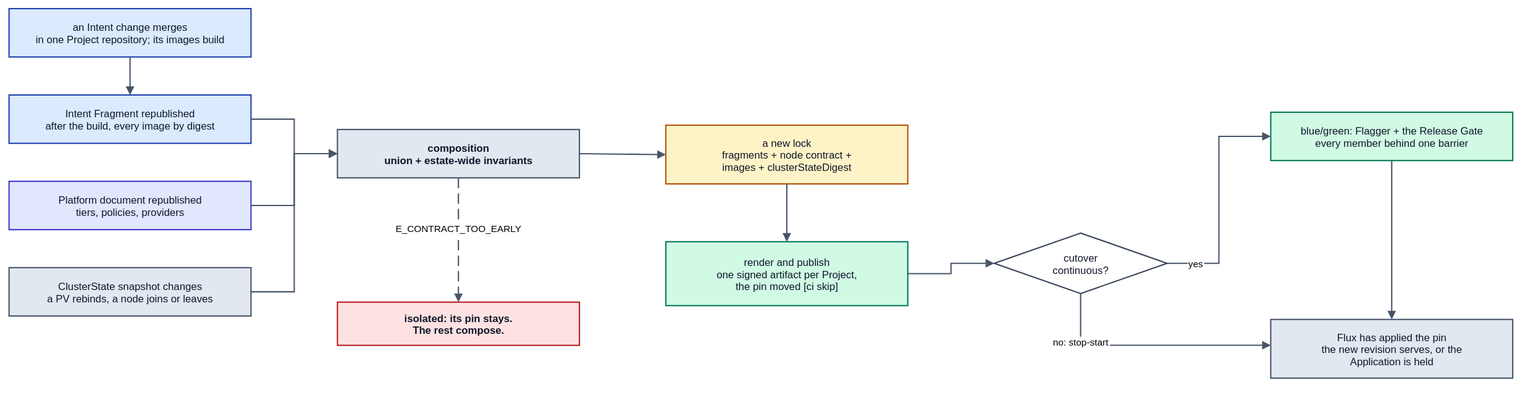
Earlier version of the draw.io export spec/v1/diagrams/50-change-end-to-end.drawio.svg (JorisJonkers-dev/deploy-kit). Source tidied: cells renumbered, new cells last; positions are measured from the earlier drawing's top-left corner, leaving out a move shared by most shapes.
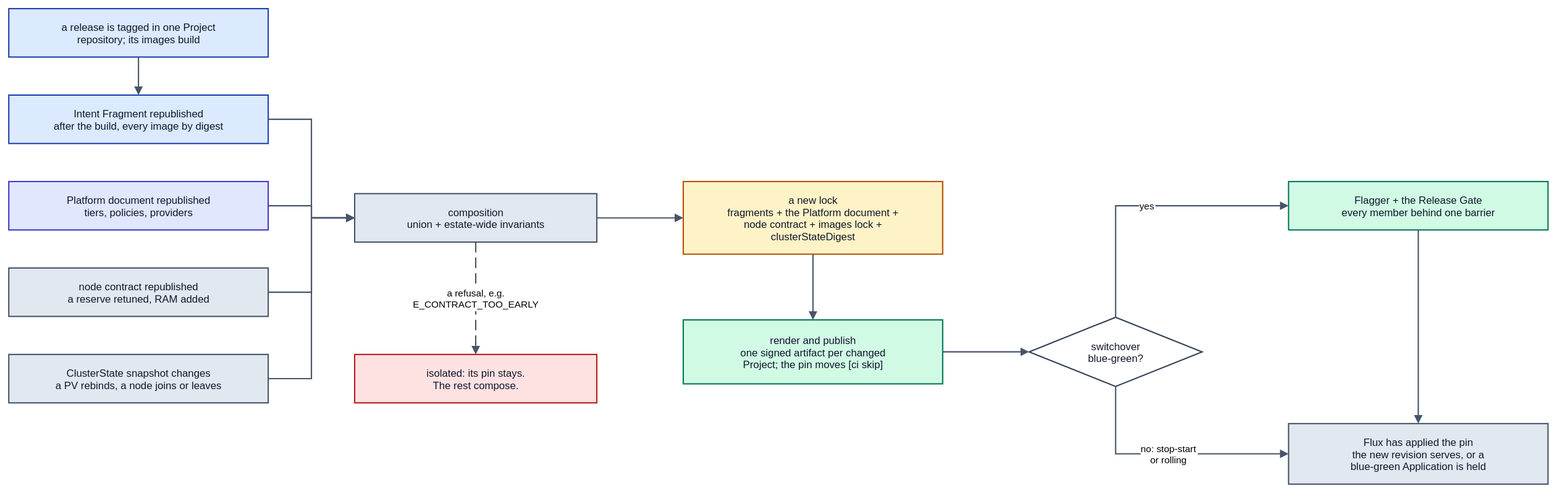
After the change.

Commit message:
docs(spec): redraw the lifecycle diagrams: the barrier then a staggered promotion, and a release tag as the trigger

What changed in the source:
```diff
@@ -2,95 +2,77 @@
   <root>
     <mxCell id="0" />
     <mxCell id="1" parent="0" />
-    <mxCell id="2" value="an Intent change merges&#10;in one Project repository; its images build" style="rounded=0;whiteSpace=nowrap;html=0;align=center;verticalAlign=middle;fillColor=#dbeafe;strokeColor=#1e40af;strokeWidth=1.5;fontFamily=Helvetica;fontSize=12;fontColor=#0f172a;" parent="1" vertex="1">
-      <mxGeometry width="280" height="56" as="geometry" />
+    <mxCell id="2" value="a release is tagged in one Project&#10;repository; its images build" style="rounded=0;whiteSpace=nowrap;html=0;align=center;verticalAlign=middle;fillColor=#dbeafe;strokeColor=#1e40af;strokeWidth=1.5;fontFamily=Helvetica;fontSize=12;fontColor=#0f172a;" parent="1" vertex="1">
+      <mxGeometry width="300" height="56" as="geometry" />
     </mxCell>
     <mxCell id="3" value="Intent Fragment republished&#10;after the build, every image by digest" style="rounded=0;whiteSpace=nowrap;html=0;align=center;verticalAlign=middle;fillColor=#dbeafe;strokeColor=#1e40af;strokeWidth=1.5;fontFamily=Helvetica;fontSize=12;fontColor=#0f172a;" parent="1" vertex="1">
-      <mxGeometry y="100" width="280" height="56" as="geometry" />
+      <mxGeometry y="100" width="300" height="56" as="geometry" />
     </mxCell>
     <mxCell id="4" value="Platform document republished&#10;tiers, policies, providers" style="rounded=0;whiteSpace=nowrap;html=0;align=center;verticalAlign=middle;fillColor=#e0e7ff;strokeColor=#4338ca;strokeWidth=1.5;fontFamily=Helvetica;fontSize=12;fontColor=#0f172a;" parent="1" vertex="1">
-      <mxGeometry y="200" width="280" height="56" as="geometry" />
+      <mxGeometry y="200" width="300" height="56" as="geometry" />
     </mxCell>
-    <mxCell id="5" value="ClusterState snapshot changes&#10;a PV rebinds, a node joins or leaves" style="rounded=0;whiteSpace=nowrap;html=0;align=center;verticalAlign=middle;fillColor=#e2e8f0;strokeColor=#475569;strokeWidth=1.5;fontFamily=Helvetica;fontSize=12;fontColor=#0f172a;" parent="1" vertex="1">
-      <mxGeometry y="300" width="280" height="56" as="geometry" />
+    <mxCell id="5" value="node contract republished&#10;a reserve retuned, RAM added" style="rounded=0;whiteSpace=nowrap;html=0;align=center;verticalAlign=middle;fillColor=#e2e8f0;strokeColor=#475569;strokeWidth=1.5;fontFamily=Helvetica;fontSize=12;fontColor=#0f172a;" parent="1" vertex="1">
+      <mxGeometry y="300" width="300" height="56" as="geometry" />
     </mxCell>
-    <mxCell id="6" value="composition&#10;union + estate-wide invariants" style="rounded=0;whiteSpace=nowrap;html=0;align=center;verticalAlign=middle;fillColor=#e2e8f0;strokeColor=#475569;strokeWidth=1.5;fontFamily=Helvetica;fontSize=12;fontColor=#0f172a;fontStyle=1;" parent="1" vertex="1">
-      <mxGeometry x="380" y="140" width="280" height="56" as="geometry" />
+    <mxCell id="6" value="ClusterState snapshot changes&#10;a PV rebinds, a node joins or leaves" style="rounded=0;whiteSpace=nowrap;html=0;align=center;verticalAlign=middle;fillColor=#e2e8f0;strokeColor=#475569;strokeWidth=1.5;fontFamily=Helvetica;fontSize=12;fontColor=#0f172a;" parent="1" vertex="1">
+      <mxGeometry y="400" width="300" height="56" as="geometry" />
     </mxCell>
+    <mxCell id="24" value="composition&#10;union + estate-wide invariants" style="rounded=0;whiteSpace=nowrap;html=0;align=center;verticalAlign=middle;fillColor=#e2e8f0;strokeColor=#475569;strokeWidth=1.5;fontFamily=Helvetica;fontSize=12;fontColor=#0f172a;" parent="1" vertex="1">
+      <mxGeometry x="400" y="214" width="280" height="56" as="geometry" />
+    </mxCell>
-    <mxCell id="7" value="isolated: its pin stays.&#10;The rest compose." style="rounded=0;whiteSpace=nowrap;html=0;align=center;verticalAlign=middle;fillColor=#fee2e2;strokeColor=#b91c1c;strokeWidth=1.5;fontFamily=Helvetica;fontSize=12;fontColor=#0f172a;fontStyle=1;" parent="1" vertex="1">
-      <mxGeometry x="380" y="340" width="280" height="50" as="geometry" />
+    <mxCell id="7" value="isolated: its pin stays.&#10;The rest compose." style="rounded=0;whiteSpace=nowrap;html=0;align=center;verticalAlign=middle;fillColor=#fee2e2;strokeColor=#b91c1c;strokeWidth=1.5;fontFamily=Helvetica;fontSize=12;fontColor=#0f172a;" parent="1" vertex="1">
+      <mxGeometry x="400" y="400" width="280" height="56" as="geometry" />
     </mxCell>
-    <mxCell id="8" value="a new lock&#10;fragments + node contract +&#10;images + clusterStateDigest" style="rounded=0;whiteSpace=nowrap;html=0;align=center;verticalAlign=middle;fillColor=#fef3c7;strokeColor=#b45309;strokeWidth=1.5;fontFamily=Helvetica;fontSize=12;fontColor=#0f172a;" parent="1" vertex="1">
-      <mxGeometry x="760" y="135" width="280" height="68" as="geometry" />
-    </mxCell>
-    <mxCell id="9" value="render and publish&#10;one signed artifact per Project,&#10;the pin moved [ci skip]" style="rounded=0;whiteSpace=nowrap;html=0;align=center;verticalAlign=middle;fillColor=#d1fae5;strokeColor=#047857;strokeWidth=1.5;fontFamily=Helvetica;fontSize=12;fontColor=#0f172a;" parent="1" vertex="1">
-      <mxGeometry x="760" y="270" width="280" height="74" as="geometry" />
-    </mxCell>
-    <mxCell id="10" value="cutover&#10;continuous?" style="rhombus;rounded=0;whiteSpace=nowrap;html=0;align=center;verticalAlign=middle;fillColor=#ffffff;strokeColor=#334155;strokeWidth=1.5;fontFamily=Helvetica;fontSize=12;fontColor=#0f172a;" parent="1" vertex="1">
-      <mxGeometry x="1140" y="260" width="200" height="70" as="geometry" />
-    </mxCell>
-    <mxCell id="11" value="blue/green: Flagger + the Release Gate&#10;every member behind one barrier" style="rounded=0;whiteSpace=nowrap;html=0;align=center;verticalAlign=middle;fillColor=#d1fae5;strokeColor=#047857;strokeWidth=1.5;fontFamily=Helvetica;fontSize=12;fontColor=#0f172a;" parent="1" vertex="1">
-      <mxGeometry x="1460" y="120" width="280" height="56" as="geometry" />
-    </mxCell>
-    <mxCell id="12" value="Flux has applied the pin&#10;the new revision serves, or the&#10;Application is held" style="rounded=0;whiteSpace=nowrap;html=0;align=center;verticalAlign=middle;fillColor=#e2e8f0;strokeColor=#475569;strokeWidth=1.5;fontFamily=Helvetica;fontSize=12;fontColor=#0f172a;" parent="1" vertex="1">
-      <mxGeometry x="1460" y="360" width="280" height="68" as="geometry" />
-    </mxCell>
+    <mxCell id="25" value="a new lock&#10;fragments + the Platform document +&#10;node contract + images lock +&#10;clusterStateDigest" style="rounded=0;whiteSpace=nowrap;html=0;align=center;verticalAlign=middle;fillColor=#fef3c7;strokeColor=#b45309;strokeWidth=1.5;fontFamily=Helvetica;fontSize=12;fontColor=#0f172a;" parent="1" vertex="1">
+      <mxGeometry x="780" y="200" width="300" height="84" as="geometry" />
+    </mxCell>
+    <mxCell id="26" value="render and publish&#10;one signed artifact per changed&#10;Project; the pin moves [ci skip]" style="rounded=0;whiteSpace=nowrap;html=0;align=center;verticalAlign=middle;fillColor=#d1fae5;strokeColor=#047857;strokeWidth=1.5;fontFamily=Helvetica;fontSize=12;fontColor=#0f172a;" parent="1" vertex="1">
+      <mxGeometry x="780" y="360" width="300" height="74" as="geometry" />
+    </mxCell>
+    <mxCell id="27" value="switchover&#10;blue-green?" style="rhombus;rounded=0;whiteSpace=nowrap;html=0;align=center;verticalAlign=middle;fillColor=#ffffff;strokeColor=#334155;strokeWidth=1.5;fontFamily=Helvetica;fontSize=12;fontColor=#0f172a;" parent="1" vertex="1">
+      <mxGeometry x="1180" y="357" width="200" height="80" as="geometry" />
+    </mxCell>
+    <mxCell id="28" value="Flagger + the Release Gate&#10;every member behind one barrier" style="rounded=0;whiteSpace=nowrap;html=0;align=center;verticalAlign=middle;fillColor=#d1fae5;strokeColor=#047857;strokeWidth=1.5;fontFamily=Helvetica;fontSize=12;fontColor=#0f172a;" parent="1" vertex="1">
+      <mxGeometry x="1480" y="200" width="300" height="56" as="geometry" />
+    </mxCell>
+    <mxCell id="29" value="Flux has applied the pin&#10;the new revision serves, or a&#10;blue-green Application is held" style="rounded=0;whiteSpace=nowrap;html=0;align=center;verticalAlign=middle;fillColor=#e2e8f0;strokeColor=#475569;strokeWidth=1.5;fontFamily=Helvetica;fontSize=12;fontColor=#0f172a;" parent="1" vertex="1">
+      <mxGeometry x="1480" y="480" width="300" height="70" as="geometry" />
+    </mxCell>
+    <mxCell id="30" style="edgeStyle=orthogonalEdgeStyle;rounded=0;html=0;jettySize=auto;jumpStyle=arc;jumpSize=8;endArrow=block;endFill=1;strokeColor=#475569;strokeWidth=1.5;fontSize=11;fontFamily=Helvetica;labelBackgroundColor=#ffffff;exitX=0.5;exitY=1;exitDx=0;exitDy=0;entryX=0.5;entryY=0;entryDx=0;entryDy=0;" parent="1" edge="1" source="2" target="3">
+      <mxGeometry relative="1" as="geometry" />
+    </mxCell>
+    <mxCell id="31" style="edgeStyle=orthogonalEdgeStyle;rounded=0;html=0;jettySize=auto;jumpStyle=arc;jumpSize=8;endArrow=block;endFill=1;strokeColor=#475569;strokeWidth=1.5;fontSize=11;fontFamily=Helvetica;labelBackgroundColor=#ffffff;exitX=1;exitY=0.5;exitDx=0;exitDy=0;entryX=0;entryY=0.5;entryDx=0;entryDy=0;" parent="1" edge="1" source="3" target="24">
+      <mxGeometry relative="1" as="geometry" />
+    </mxCell>
+    <mxCell id="32" style="edgeStyle=orthogonalEdgeStyle;rounded=0;html=0;jettySize=auto;jumpStyle=arc;jumpSize=8;endArrow=block;endFill=1;strokeColor=#475569;strokeWidth=1.5;fontSize=11;fontFamily=Helvetica;labelBackgroundColor=#ffffff;exitX=1;exitY=0.5;exitDx=0;exitDy=0;entryX=0;entryY=0.5;entryDx=0;entryDy=0;" parent="1" edge="1" source="4" target="24">
+      <mxGeometry relative="1" as="geometry" />
+    </mxCell>
+    <mxCell id="33" style="edgeStyle=orthogonalEdgeStyle;rounded=0;html=0;jettySize=auto;jumpStyle=arc;jumpSize=8;endArrow=block;endFill=1;strokeColor=#475569;strokeWidth=1.5;fontSize=11;fontFamily=Helvetica;labelBackgroundColor=#ffffff;exitX=1;exitY=0.5;exitDx=0;exitDy=0;entryX=0;entryY=0.5;entryDx=0;entryDy=0;" parent="1" edge="1" source="5" target="24">
+      <mxGeometry relative="1" as="geometry" />
+    </mxCell>
+    <mxCell id="34" style="edgeStyle=orthogonalEdgeStyle;rounded=0;html=0;jettySize=auto;jumpStyle=arc;jumpSize=8;endArrow=block;endFill=1;strokeColor=#475569;strokeWidth=1.5;fontSize=11;fontFamily=Helvetica;labelBackgroundColor=#ffffff;exitX=1;exitY=0.5;exitDx=0;exitDy=0;entryX=0;entryY=0.5;entryDx=0;entryDy=0;" parent="1" edge="1" source="6" target="24">
+      <mxGeometry relative="1" as="geometry" />
+    </mxCell>
+    <mxCell id="35" style="edgeStyle=orthogonalEdgeStyle;rounded=0;html=0;jettySize=auto;jumpStyle=arc;jumpSize=8;endArrow=block;endFill=1;strokeColor=#475569;strokeWidth=1.5;fontSize=11;fontFamily=Helvetica;labelBackgroundColor=#ffffff;exitX=1;exitY=0.5;exitDx=0;exitDy=0;entryX=0;entryY=0.5;entryDx=0;entryDy=0;" parent="1" edge="1" source="24" target="25">
+      <mxGeometry relative="1" as="geometry" />
+    </mxCell>
+    <mxCell id="36" value="a refusal, e.g.&#10;E_CONTRACT_TOO_EARLY" style="edgeStyle=orthogonalEdgeStyle;rounded=0;html=0;jettySize=auto;jumpStyle=arc;jumpSize=8;endArrow=block;endFill=1;strokeColor=#475569;strokeWidth=1.5;fontSize=11;fontFamily=Helvetica;labelBackgroundColor=#ffffff;exitX=0.5;exitY=1;exitDx=0;exitDy=0;entryX=0.5;entryY=0;entryDx=0;entryDy=0;dashed=1;dashPattern=8 4;" parent="1" edge="1" source="24" target="7">
+      <mxGeometry relative="1" as="geometry" />
+    </mxCell>
+    <mxCell id="37" style="edgeStyle=orthogonalEdgeStyle;rounded=0;html=0;jettySize=auto;jumpStyle=arc;jumpSize=8;endArrow=block;endFill=1;strokeColor=#475569;strokeWidth=1.5;fontSize=11;fontFamily=Helvetica;labelBackgroundColor=#ffffff;exitX=0.5;exitY=1;exitDx=0;exitDy=0;entryX=0.5;entryY=0;entryDx=0;entryDy=0;" parent="1" edge="1" source="25" target="26">
+      <mxGeometry relative="1" as="geometry" />
+    </mxCell>
+    <mxCell id="38" style="edgeStyle=orthogonalEdgeStyle;rounded=0;html=0;jettySize=auto;jumpStyle=arc;jumpSize=8;endArrow=block;endFill=1;strokeColor=#475569;strokeWidth=1.5;fontSize=11;fontFamily=Helvetica;labelBackgroundColor=#ffffff;exitX=1;exitY=0.5;exitDx=0;exitDy=0;entryX=0;entryY=0.5;entryDx=0;entryDy=0;" parent="1" edge="1" source="26" target="27">
+      <mxGeometry relative="1" as="geometry" />
+    </mxCell>
+    <mxCell id="20" value="yes" style="edgeStyle=orthogonalEdgeStyle;rounded=0;html=0;jettySize=auto;jumpStyle=arc;jumpSize=8;endArrow=block;endFill=1;strokeColor=#475569;strokeWidth=1.5;fontSize=11;fontFamily=Helvetica;labelBackgroundColor=#ffffff;exitX=0.5;exitY=0;exitDx=0;exitDy=0;entryX=0;entryY=0.5;entryDx=0;entryDy=0;" parent="1" edge="1" source="27" target="28">
+      <mxGeometry relative="1" as="geometry" />
+    </mxCell>
+    <mxCell id="39" value="no: stop-start&#10;or rolling" style="edgeStyle=orthogonalEdgeStyle;rounded=0;html=0;jettySize=auto;jumpStyle=arc;jumpSize=8;endArrow=block;endFill=1;strokeColor=#475569;strokeWidth=1.5;fontSize=11;fontFamily=Helvetica;labelBackgroundColor=#ffffff;exitX=0.5;exitY=1;exitDx=0;exitDy=0;entryX=0;entryY=0.5;entryDx=0;entryDy=0;" parent="1" edge="1" source="27" target="29">
+      <mxGeometry relative="1" as="geometry" />
+    </mxCell>
-    <mxCell id="13" style="edgeStyle=orthogonalEdgeStyle;rounded=0;html=0;jettySize=auto;jumpStyle=arc;jumpSize=8;endArrow=block;endFill=1;strokeColor=#475569;strokeWidth=1.5;fontSize=11;fontFamily=Helvetica;labelBackgroundColor=#ffffff;exitX=0.5;exitY=1;exitDx=0;exitDy=0;entryX=0.5;entryY=0;entryDx=0;entryDy=0;" parent="1" edge="1" source="2" target="3">
+    <mxCell id="13" style="edgeStyle=orthogonalEdgeStyle;rounded=0;html=0;jettySize=auto;jumpStyle=arc;jumpSize=8;endArrow=block;endFill=1;strokeColor=#475569;strokeWidth=1.5;fontSize=11;fontFamily=Helvetica;labelBackgroundColor=#ffffff;exitX=0.5;exitY=1;exitDx=0;exitDy=0;entryX=0.5;entryY=0;entryDx=0;entryDy=0;" parent="1" edge="1" source="28" target="29">
       <mxGeometry relative="1" as="geometry" />
     </mxCell>
-    <mxCell id="14" style="edgeStyle=orthogonalEdgeStyle;rounded=0;html=0;jettySize=auto;jumpStyle=arc;jumpSize=8;endArrow=block;endFill=1;strokeColor=#475569;strokeWidth=1.5;fontSize=11;fontFamily=Helvetica;labelBackgroundColor=#ffffff;exitX=1;exitY=0.5;exitDx=0;exitDy=0;entryX=0;entryY=0.5;entryDx=0;entryDy=0;" parent="1" edge="1" source="3" target="6">
-      <mxGeometry relative="1" as="geometry">
-        <Array as="points">
-          <mxPoint x="330" y="128" />
-          <mxPoint x="330" y="168" />
-        </Array>
-      </mxGeometry>
-    </mxCell>
-    <mxCell id="15" style="edgeStyle=orthogonalEdgeStyle;rounded=0;html=0;jettySize=auto;jumpStyle=arc;jumpSize=8;endArrow=block;endFill=1;strokeColor=#475569;strokeWidth=1.5;fontSize=11;fontFamily=Helvetica;labelBackgroundColor=#ffffff;exitX=1;exitY=0.5;exitDx=0;exitDy=0;entryX=0;entryY=0.5;entryDx=0;entryDy=0;" parent="1" edge="1" source="4" target="6">
-      <mxGeometry relative="1" as="geometry">
-        <Array as="points">
-          <mxPoint x="330" y="228" />
-          <mxPoint x="330" y="168" />
-        </Array>
-      </mxGeometry>
-    </mxCell>
-    <mxCell id="16" style="edgeStyle=orthogonalEdgeStyle;rounded=0;html=0;jettySize=auto;jumpStyle=arc;jumpSize=8;endArrow=block;endFill=1;strokeColor=#475569;strokeWidth=1.5;fontSize=11;fontFamily=Helvetica;labelBackgroundColor=#ffffff;exitX=1;exitY=0.5;exitDx=0;exitDy=0;entryX=0;entryY=0.5;entryDx=0;entryDy=0;" parent="1" edge="1" source="5" target="6">
-      <mxGeometry relative="1" as="geometry">
-        <Array as="points">
-          <mxPoint x="330" y="328" />
-          <mxPoint x="330" y="168" />
-        </Array>
-      </mxGeometry>
-    </mxCell>
-    <mxCell id="17" style="edgeStyle=orthogonalEdgeStyle;rounded=0;html=0;jettySize=auto;jumpStyle=arc;jumpSize=8;endArrow=block;endFill=1;strokeColor=#475569;strokeWidth=1.5;fontSize=11;fontFamily=Helvetica;labelBackgroundColor=#ffffff;exitX=1;exitY=0.5;exitDx=0;exitDy=0;entryX=0;entryY=0.5;entryDx=0;entryDy=0;" parent="1" edge="1" source="6" target="8">
-      <mxGeometry relative="1" as="geometry" />
-    </mxCell>
-    <mxCell id="18" style="edgeStyle=orthogonalEdgeStyle;rounded=0;html=0;jettySize=auto;jumpStyle=arc;jumpSize=8;endArrow=block;endFill=1;strokeColor=#475569;strokeWidth=1.5;fontSize=11;fontFamily=Helvetica;labelBackgroundColor=#ffffff;exitX=0.5;exitY=1;exitDx=0;exitDy=0;entryX=0.5;entryY=0;entryDx=0;entryDy=0;" parent="1" edge="1" source="8" target="9">
-      <mxGeometry relative="1" as="geometry" />
-    </mxCell>
-    <mxCell id="19" style="edgeStyle=orthogonalEdgeStyle;rounded=0;html=0;jettySize=auto;jumpStyle=arc;jumpSize=8;endArrow=block;endFill=1;strokeColor=#475569;strokeWidth=1.5;fontSize=11;fontFamily=Helvetica;labelBackgroundColor=#ffffff;exitX=1;exitY=0.5;exitDx=0;exitDy=0;entryX=0;entryY=0.5;entryDx=0;entryDy=0;" parent="1" edge="1" source="9" target="10">
-      <mxGeometry relative="1" as="geometry" />
-    </mxCell>
-    <mxCell id="20" value="yes" style="edgeStyle=orthogonalEdgeStyle;rounded=0;html=0;jettySize=auto;jumpStyle=arc;jumpSize=8;endArrow=block;endFill=1;strokeColor=#475569;strokeWidth=1.5;fontSize=11;fontFamily=Helvetica;labelBackgroundColor=#ffffff;exitX=1;exitY=0.5;exitDx=0;exitDy=0;entryX=0;entryY=0.5;entryDx=0;entryDy=0;" parent="1" edge="1" source="10" target="11">
-      <mxGeometry x="-0.75" relative="1" as="geometry">
-        <Array as="points">
-          <mxPoint x="1400" y="295" />
-          <mxPoint x="1400" y="148" />
-        </Array>
-      </mxGeometry>
-    </mxCell>
-    <mxCell id="21" value="no: stop-start" style="edgeStyle=orthogonalEdgeStyle;rounded=0;html=0;jettySize=auto;jumpStyle=arc;jumpSize=8;endArrow=block;endFill=1;strokeColor=#475569;strokeWidth=1.5;fontSize=11;fontFamily=Helvetica;labelBackgroundColor=#ffffff;exitX=0.5;exitY=1;exitDx=0;exitDy=0;entryX=0;entryY=0.44;entryDx=0;entryDy=0;" parent="1" edge="1" source="10" target="12">
-      <mxGeometry x="-0.6" relative="1" as="geometry">
-        <Array as="points">
-          <mxPoint x="1240" y="390" />
-        </Array>
-      </mxGeometry>
-    </mxCell>
-    <mxCell id="22" style="edgeStyle=orthogonalEdgeStyle;rounded=0;html=0;jettySize=auto;jumpStyle=arc;jumpSize=8;endArrow=block;endFill=1;strokeColor=#475569;strokeWidth=1.5;fontSize=11;fontFamily=Helvetica;labelBackgroundColor=#ffffff;exitX=0.5;exitY=1;exitDx=0;exitDy=0;entryX=0.5;entryY=0;entryDx=0;entryDy=0;" parent="1" edge="1" source="11" target="12">
-      <mxGeometry relative="1" as="geometry" />
-    </mxCell>
-    <mxCell id="23" value="E_CONTRACT_TOO_EARLY" style="edgeStyle=orthogonalEdgeStyle;rounded=0;html=0;jettySize=auto;jumpStyle=arc;jumpSize=8;endArrow=block;endFill=1;strokeColor=#475569;strokeWidth=1.5;fontSize=11;fontFamily=Helvetica;labelBackgroundColor=#ffffff;dashed=1;dashPattern=8 4;exitX=0.5;exitY=1;exitDx=0;exitDy=0;entryX=0.5;entryY=0;entryDx=0;entryDy=0;" parent="1" edge="1" source="6" target="7">
-      <mxGeometry x="-0.2" relative="1" as="geometry" />
-    </mxCell>
   </root>
 </mxGraphModel>
```
